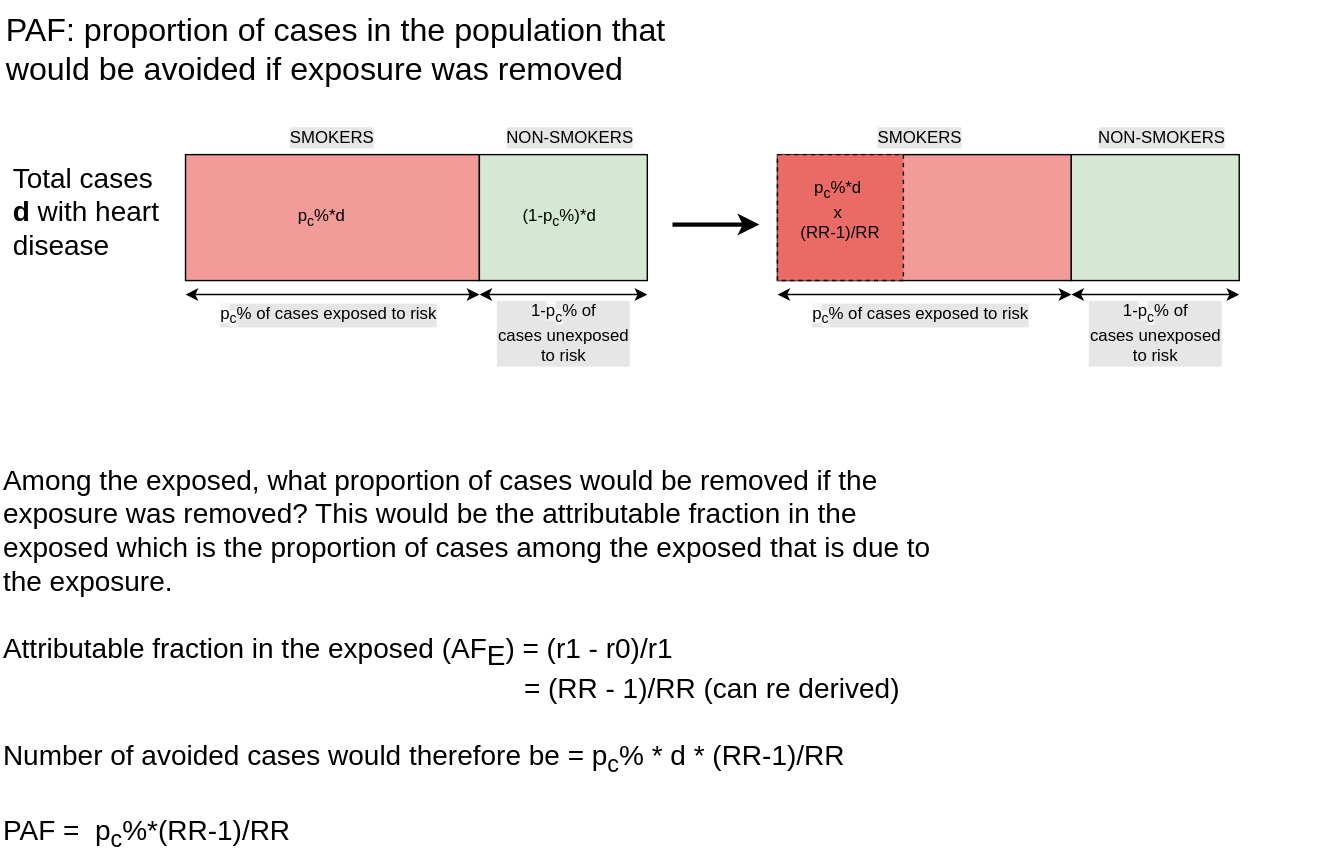
Before: docs/source/model_design/PAF_intuitive_diagram.svg, a diagram exported from draw.io (ihmeuw/vivarium_research). Source tidied: cells renumbered, new cells last; positions are measured from the earlier drawing's top-left corner, leaving out a move shared by most shapes. The source it was exported from:
```xml
<mxGraphModel>
  <root>
    <mxCell id="0" />
    <mxCell id="1" parent="0" />
    <mxCell id="2" style="rounded=0;whiteSpace=wrap;html=1;fontColor=#EA6B66;labelBorderColor=none;labelBackgroundColor=#F19C99;fillColor=#F19C99;" parent="1" vertex="1">
      <mxGeometry x="132" y="110" width="210" height="90" as="geometry" />
    </mxCell>
    <mxCell id="3" value="&lt;font style=&quot;font-size: 20px&quot;&gt;Total cases &lt;b&gt;d&lt;/b&gt; with heart disease&lt;/font&gt;" style="text;html=1;strokeColor=none;fillColor=none;align=left;verticalAlign=middle;whiteSpace=wrap;rounded=0;" parent="1" vertex="1">
      <mxGeometry x="7" y="140" width="110" height="20" as="geometry" />
    </mxCell>
    <mxCell id="4" style="rounded=0;whiteSpace=wrap;html=1;labelBackgroundColor=#F19C99;fillColor=#D5E8D4;fontColor=#EA6B66;align=left;" parent="1" vertex="1">
      <mxGeometry x="342" y="110" width="120" height="90" as="geometry" />
    </mxCell>
    <mxCell id="5" value="NON-SMOKERS" style="text;html=1;strokeColor=none;fillColor=none;align=center;verticalAlign=middle;whiteSpace=wrap;rounded=0;labelBackgroundColor=#E6E6E6;fontColor=#000000;" parent="1" vertex="1">
      <mxGeometry x="287" y="90" width="240" height="15" as="geometry" />
    </mxCell>
    <mxCell id="6" value="&lt;span style=&quot;background-color: rgb(248 , 249 , 250)&quot;&gt;p&lt;/span&gt;&lt;sub style=&quot;background-color: rgb(248 , 249 , 250)&quot;&gt;c&lt;/sub&gt;% of cases exposed to risk" style="text;html=1;strokeColor=none;fillColor=none;align=center;verticalAlign=middle;whiteSpace=wrap;rounded=0;labelBackgroundColor=#E6E6E6;fontColor=#000000;" parent="1" vertex="1">
      <mxGeometry x="142" y="210" width="185" height="30" as="geometry" />
    </mxCell>
    <mxCell id="7" style="endArrow=classic;startArrow=classic;html=1;fontColor=#000000;" parent="1" edge="1">
      <mxGeometry relative="1" as="geometry">
        <mxPoint x="132" y="210" as="sourcePoint" />
        <mxPoint x="342" y="210" as="targetPoint" />
      </mxGeometry>
    </mxCell>
    <mxCell id="8" style="endArrow=classic;startArrow=classic;html=1;fontColor=#000000;" parent="1" edge="1">
      <mxGeometry relative="1" as="geometry">
        <mxPoint x="342" y="210" as="sourcePoint" />
        <mxPoint x="462" y="210" as="targetPoint" />
      </mxGeometry>
    </mxCell>
    <mxCell id="9" value="1-&lt;span style=&quot;background-color: rgb(248 , 249 , 250)&quot;&gt;p&lt;/span&gt;&lt;sub style=&quot;background-color: rgb(248 , 249 , 250)&quot;&gt;c&lt;/sub&gt;% of cases&lt;b&gt;&amp;nbsp;&lt;/b&gt;unexposed to risk" style="text;html=1;strokeColor=none;fillColor=none;align=center;verticalAlign=middle;whiteSpace=wrap;rounded=0;labelBackgroundColor=#E6E6E6;fontColor=#000000;" parent="1" vertex="1">
      <mxGeometry x="353.8" y="228" width="96.5" height="20" as="geometry" />
    </mxCell>
    <mxCell id="10" value="PAF: proportion of cases in the population that would be avoided if exposure was removed" style="text;html=1;strokeColor=none;fillColor=none;align=left;verticalAlign=middle;whiteSpace=wrap;rounded=0;labelBackgroundColor=none;fontColor=#000000;fontSize=23;" parent="1" vertex="1">
      <mxGeometry x="2" width="480" height="70" as="geometry" />
    </mxCell>
    <mxCell id="11" value="SMOKERS" style="text;html=1;strokeColor=none;fillColor=none;align=center;verticalAlign=middle;whiteSpace=wrap;rounded=0;labelBackgroundColor=#E6E6E6;fontColor=#000000;" parent="1" vertex="1">
      <mxGeometry x="117" y="90" width="240" height="15" as="geometry" />
    </mxCell>
    <mxCell id="12" value="Among the exposed, what proportion of cases would be removed if the exposure was removed? This would be the attributable fraction in the exposed which is the proportion of cases among the exposed that is due to the exposure.&amp;nbsp;&lt;br style=&quot;font-size: 20px&quot;&gt;&lt;br style=&quot;font-size: 20px&quot;&gt;Attributable fraction in the exposed (AF&lt;sub style=&quot;font-size: 20px&quot;&gt;E&lt;/sub&gt;) = (r1 - r0)/r1 &lt;br style=&quot;font-size: 20px&quot;&gt;&amp;nbsp; &amp;nbsp; &amp;nbsp; &amp;nbsp; &amp;nbsp; &amp;nbsp; &amp;nbsp; &amp;nbsp; &amp;nbsp; &amp;nbsp; &amp;nbsp; &amp;nbsp; &amp;nbsp; &amp;nbsp; &amp;nbsp; &amp;nbsp; &amp;nbsp; &amp;nbsp; &amp;nbsp; &amp;nbsp; &amp;nbsp; &amp;nbsp; &amp;nbsp; &amp;nbsp; &amp;nbsp; &amp;nbsp; &amp;nbsp; &amp;nbsp; &amp;nbsp; &amp;nbsp; &amp;nbsp; &amp;nbsp; &amp;nbsp; &amp;nbsp;= (RR - 1)/RR (can re derived)&lt;br style=&quot;font-size: 20px&quot;&gt;&lt;br&gt;Number of avoided cases would therefore be = p&lt;sub&gt;c&lt;/sub&gt;% * d * (RR-1)/RR&lt;br&gt;&lt;br&gt;PAF =&amp;nbsp; p&lt;sub&gt;c&lt;/sub&gt;%*(RR-1)/RR" style="text;html=1;strokeColor=none;fillColor=none;align=left;verticalAlign=middle;whiteSpace=wrap;rounded=0;labelBackgroundColor=none;fontSize=20;fontColor=#000000;" parent="1" vertex="1">
      <mxGeometry y="330" width="677" height="280" as="geometry" />
    </mxCell>
    <mxCell id="13" style="rounded=0;whiteSpace=wrap;html=1;fontColor=#EA6B66;labelBorderColor=none;labelBackgroundColor=#F19C99;fillColor=#F19C99;" parent="1" vertex="1">
      <mxGeometry x="555" y="110" width="210" height="90" as="geometry" />
    </mxCell>
    <mxCell id="14" style="rounded=0;whiteSpace=wrap;html=1;labelBackgroundColor=#F19C99;fillColor=#D5E8D4;fontColor=#EA6B66;align=left;" parent="1" vertex="1">
      <mxGeometry x="765" y="110" width="120" height="90" as="geometry" />
    </mxCell>
    <mxCell id="15" value="NON-SMOKERS" style="text;html=1;strokeColor=none;fillColor=none;align=center;verticalAlign=middle;whiteSpace=wrap;rounded=0;labelBackgroundColor=#E6E6E6;fontColor=#000000;" parent="1" vertex="1">
      <mxGeometry x="710" y="90" width="240" height="15" as="geometry" />
    </mxCell>
    <mxCell id="16" value="&lt;span style=&quot;background-color: rgb(248 , 249 , 250)&quot;&gt;p&lt;/span&gt;&lt;sub style=&quot;background-color: rgb(248 , 249 , 250)&quot;&gt;c&lt;/sub&gt;% of cases exposed to risk" style="text;html=1;strokeColor=none;fillColor=none;align=center;verticalAlign=middle;whiteSpace=wrap;rounded=0;labelBackgroundColor=#E6E6E6;fontColor=#000000;" parent="1" vertex="1">
      <mxGeometry x="565" y="210" width="185" height="30" as="geometry" />
    </mxCell>
    <mxCell id="17" style="endArrow=classic;startArrow=classic;html=1;fontColor=#000000;" parent="1" edge="1">
      <mxGeometry relative="1" as="geometry">
        <mxPoint x="555" y="210" as="sourcePoint" />
        <mxPoint x="765" y="210" as="targetPoint" />
      </mxGeometry>
    </mxCell>
    <mxCell id="18" style="endArrow=classic;startArrow=classic;html=1;fontColor=#000000;" parent="1" edge="1">
      <mxGeometry relative="1" as="geometry">
        <mxPoint x="765" y="210" as="sourcePoint" />
        <mxPoint x="885" y="210" as="targetPoint" />
      </mxGeometry>
    </mxCell>
    <mxCell id="19" value="1-&lt;span style=&quot;background-color: rgb(248 , 249 , 250)&quot;&gt;p&lt;/span&gt;&lt;sub style=&quot;background-color: rgb(248 , 249 , 250)&quot;&gt;c&lt;/sub&gt;% of cases&lt;b&gt;&amp;nbsp;&lt;/b&gt;unexposed to risk" style="text;html=1;strokeColor=none;fillColor=none;align=center;verticalAlign=middle;whiteSpace=wrap;rounded=0;labelBackgroundColor=#E6E6E6;fontColor=#000000;" parent="1" vertex="1">
      <mxGeometry x="776.8" y="228" width="96.5" height="20" as="geometry" />
    </mxCell>
    <mxCell id="20" style="rounded=0;whiteSpace=wrap;html=1;labelBackgroundColor=none;fillColor=#EA6B66;fontSize=23;align=left;strokeColor=#000000;gradientColor=none;gradientDirection=east;dashed=1;" parent="1" vertex="1">
      <mxGeometry x="555" y="110" width="90" height="90" as="geometry" />
    </mxCell>
    <mxCell id="21" value="p&lt;sub&gt;c&lt;/sub&gt;%*d &lt;br&gt;x&lt;br&gt;&amp;nbsp;(RR-1)/RR" style="text;html=1;strokeColor=none;fillColor=none;align=center;verticalAlign=middle;whiteSpace=wrap;rounded=0;labelBackgroundColor=none;fontColor=#000000;" parent="1" vertex="1">
      <mxGeometry x="562" y="129" width="73" height="42" as="geometry" />
    </mxCell>
    <mxCell id="22" value="p&lt;sub&gt;c&lt;/sub&gt;%*d " style="text;html=1;strokeColor=none;fillColor=none;align=center;verticalAlign=middle;whiteSpace=wrap;rounded=0;labelBackgroundColor=none;fontColor=#000000;" parent="1" vertex="1">
      <mxGeometry x="193" y="134" width="73" height="42" as="geometry" />
    </mxCell>
    <mxCell id="23" style="endArrow=classic;html=1;fontSize=20;fontColor=#000000;jumpSize=6;strokeWidth=3;" parent="1" edge="1">
      <mxGeometry relative="1" as="geometry">
        <mxPoint x="480" y="160" as="sourcePoint" />
        <mxPoint x="542" y="160" as="targetPoint" />
      </mxGeometry>
    </mxCell>
    <mxCell id="24" value="(1-p&lt;sub&gt;c&lt;/sub&gt;%)*d " style="text;html=1;strokeColor=none;fillColor=none;align=center;verticalAlign=middle;whiteSpace=wrap;rounded=0;labelBackgroundColor=none;fontColor=#000000;" parent="1" vertex="1">
      <mxGeometry x="363" y="134" width="73" height="42" as="geometry" />
    </mxCell>
    <mxCell id="25" value="SMOKERS" style="text;html=1;strokeColor=none;fillColor=none;align=center;verticalAlign=middle;whiteSpace=wrap;rounded=0;labelBackgroundColor=#E6E6E6;fontColor=#000000;" parent="1" vertex="1">
      <mxGeometry x="536.8" y="90" width="240" height="15" as="geometry" />
    </mxCell>
  </root>
</mxGraphModel>
```
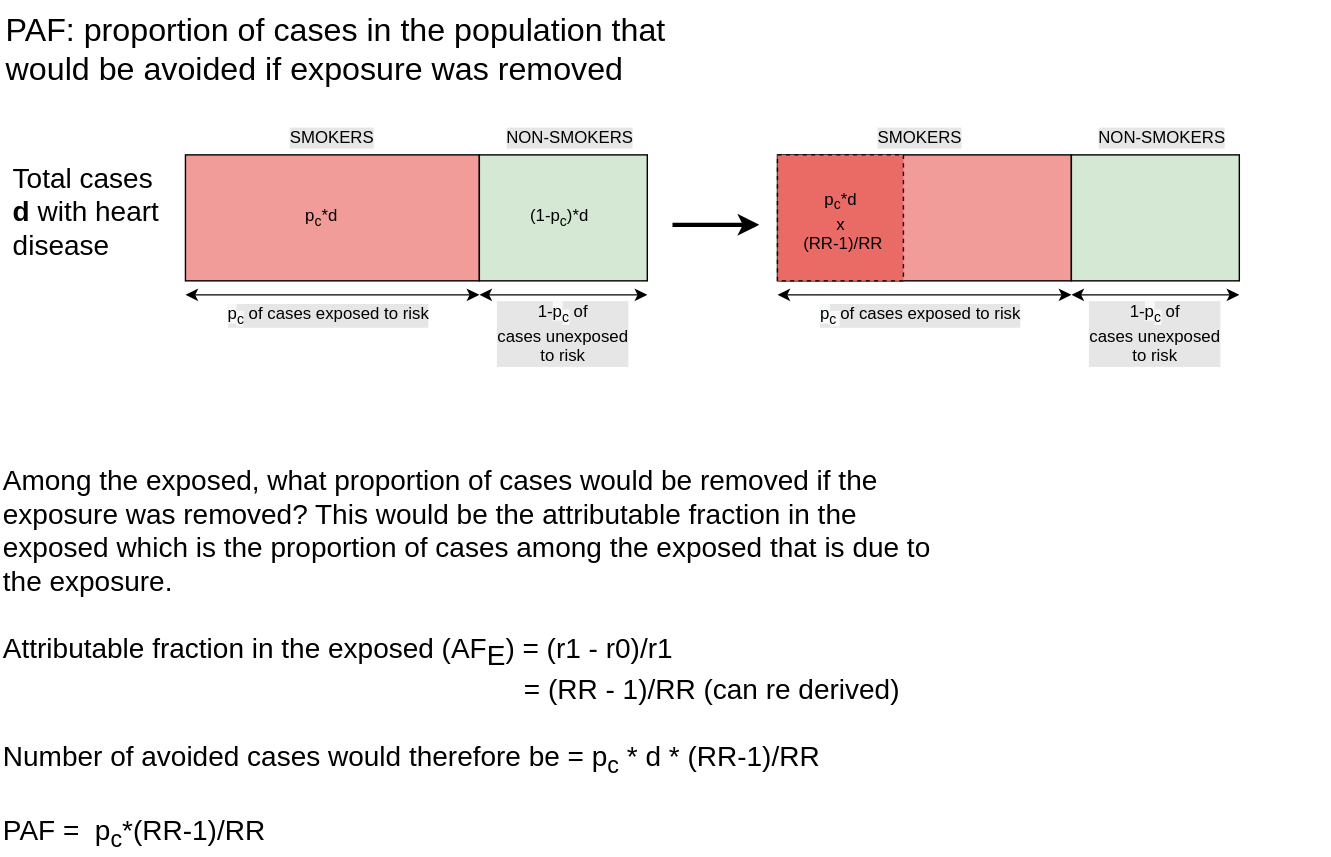
Above is the later version.

Commit message:
revised PAF doc with abies comments

Change to the diagram source:
```diff
@@ -14,7 +14,7 @@
     <mxCell id="5" value="NON-SMOKERS" style="text;html=1;strokeColor=none;fillColor=none;align=center;verticalAlign=middle;whiteSpace=wrap;rounded=0;labelBackgroundColor=#E6E6E6;fontColor=#000000;" parent="1" vertex="1">
       <mxGeometry x="287" y="90" width="240" height="15" as="geometry" />
     </mxCell>
-    <mxCell id="6" value="&lt;span style=&quot;background-color: rgb(248 , 249 , 250)&quot;&gt;p&lt;/span&gt;&lt;sub style=&quot;background-color: rgb(248 , 249 , 250)&quot;&gt;c&lt;/sub&gt;% of cases exposed to risk" style="text;html=1;strokeColor=none;fillColor=none;align=center;verticalAlign=middle;whiteSpace=wrap;rounded=0;labelBackgroundColor=#E6E6E6;fontColor=#000000;" parent="1" vertex="1">
+    <mxCell id="6" value="&lt;span style=&quot;background-color: rgb(248 , 249 , 250)&quot;&gt;p&lt;/span&gt;&lt;sub style=&quot;background-color: rgb(248 , 249 , 250)&quot;&gt;c&lt;/sub&gt;&amp;nbsp;of cases exposed to risk" style="text;html=1;strokeColor=none;fillColor=none;align=center;verticalAlign=middle;whiteSpace=wrap;rounded=0;labelBackgroundColor=#E6E6E6;fontColor=#000000;" parent="1" vertex="1">
       <mxGeometry x="142" y="210" width="185" height="30" as="geometry" />
     </mxCell>
     <mxCell id="7" style="endArrow=classic;startArrow=classic;html=1;fontColor=#000000;" parent="1" edge="1">
@@ -29,7 +29,7 @@
         <mxPoint x="462" y="210" as="targetPoint" />
       </mxGeometry>
     </mxCell>
-    <mxCell id="9" value="1-&lt;span style=&quot;background-color: rgb(248 , 249 , 250)&quot;&gt;p&lt;/span&gt;&lt;sub style=&quot;background-color: rgb(248 , 249 , 250)&quot;&gt;c&lt;/sub&gt;% of cases&lt;b&gt;&amp;nbsp;&lt;/b&gt;unexposed to risk" style="text;html=1;strokeColor=none;fillColor=none;align=center;verticalAlign=middle;whiteSpace=wrap;rounded=0;labelBackgroundColor=#E6E6E6;fontColor=#000000;" parent="1" vertex="1">
+    <mxCell id="9" value="1-&lt;span style=&quot;background-color: rgb(248 , 249 , 250)&quot;&gt;p&lt;/span&gt;&lt;sub style=&quot;background-color: rgb(248 , 249 , 250)&quot;&gt;c&lt;/sub&gt;&amp;nbsp;of cases&lt;b&gt;&amp;nbsp;&lt;/b&gt;unexposed to risk" style="text;html=1;strokeColor=none;fillColor=none;align=center;verticalAlign=middle;whiteSpace=wrap;rounded=0;labelBackgroundColor=#E6E6E6;fontColor=#000000;" parent="1" vertex="1">
       <mxGeometry x="353.8" y="228" width="96.5" height="20" as="geometry" />
     </mxCell>
     <mxCell id="10" value="PAF: proportion of cases in the population that would be avoided if exposure was removed" style="text;html=1;strokeColor=none;fillColor=none;align=left;verticalAlign=middle;whiteSpace=wrap;rounded=0;labelBackgroundColor=none;fontColor=#000000;fontSize=23;" parent="1" vertex="1">
@@ -38,7 +38,7 @@
     <mxCell id="11" value="SMOKERS" style="text;html=1;strokeColor=none;fillColor=none;align=center;verticalAlign=middle;whiteSpace=wrap;rounded=0;labelBackgroundColor=#E6E6E6;fontColor=#000000;" parent="1" vertex="1">
       <mxGeometry x="117" y="90" width="240" height="15" as="geometry" />
     </mxCell>
-    <mxCell id="12" value="Among the exposed, what proportion of cases would be removed if the exposure was removed? This would be the attributable fraction in the exposed which is the proportion of cases among the exposed that is due to the exposure.&amp;nbsp;&lt;br style=&quot;font-size: 20px&quot;&gt;&lt;br style=&quot;font-size: 20px&quot;&gt;Attributable fraction in the exposed (AF&lt;sub style=&quot;font-size: 20px&quot;&gt;E&lt;/sub&gt;) = (r1 - r0)/r1 &lt;br style=&quot;font-size: 20px&quot;&gt;&amp;nbsp; &amp;nbsp; &amp;nbsp; &amp;nbsp; &amp;nbsp; &amp;nbsp; &amp;nbsp; &amp;nbsp; &amp;nbsp; &amp;nbsp; &amp;nbsp; &amp;nbsp; &amp;nbsp; &amp;nbsp; &amp;nbsp; &amp;nbsp; &amp;nbsp; &amp;nbsp; &amp;nbsp; &amp;nbsp; &amp;nbsp; &amp;nbsp; &amp;nbsp; &amp;nbsp; &amp;nbsp; &amp;nbsp; &amp;nbsp; &amp;nbsp; &amp;nbsp; &amp;nbsp; &amp;nbsp; &amp;nbsp; &amp;nbsp; &amp;nbsp;= (RR - 1)/RR (can re derived)&lt;br style=&quot;font-size: 20px&quot;&gt;&lt;br&gt;Number of avoided cases would therefore be = p&lt;sub&gt;c&lt;/sub&gt;% * d * (RR-1)/RR&lt;br&gt;&lt;br&gt;PAF =&amp;nbsp; p&lt;sub&gt;c&lt;/sub&gt;%*(RR-1)/RR" style="text;html=1;strokeColor=none;fillColor=none;align=left;verticalAlign=middle;whiteSpace=wrap;rounded=0;labelBackgroundColor=none;fontSize=20;fontColor=#000000;" parent="1" vertex="1">
+    <mxCell id="12" value="Among the exposed, what proportion of cases would be removed if the exposure was removed? This would be the attributable fraction in the exposed which is the proportion of cases among the exposed that is due to the exposure.&amp;nbsp;&lt;br style=&quot;font-size: 20px&quot;&gt;&lt;br style=&quot;font-size: 20px&quot;&gt;Attributable fraction in the exposed (AF&lt;sub style=&quot;font-size: 20px&quot;&gt;E&lt;/sub&gt;) = (r1 - r0)/r1 &lt;br style=&quot;font-size: 20px&quot;&gt;&amp;nbsp; &amp;nbsp; &amp;nbsp; &amp;nbsp; &amp;nbsp; &amp;nbsp; &amp;nbsp; &amp;nbsp; &amp;nbsp; &amp;nbsp; &amp;nbsp; &amp;nbsp; &amp;nbsp; &amp;nbsp; &amp;nbsp; &amp;nbsp; &amp;nbsp; &amp;nbsp; &amp;nbsp; &amp;nbsp; &amp;nbsp; &amp;nbsp; &amp;nbsp; &amp;nbsp; &amp;nbsp; &amp;nbsp; &amp;nbsp; &amp;nbsp; &amp;nbsp; &amp;nbsp; &amp;nbsp; &amp;nbsp; &amp;nbsp; &amp;nbsp;= (RR - 1)/RR (can re derived)&lt;br style=&quot;font-size: 20px&quot;&gt;&lt;br&gt;Number of avoided cases would therefore be = p&lt;sub&gt;c&lt;/sub&gt;&amp;nbsp;* d * (RR-1)/RR&lt;br&gt;&lt;br&gt;PAF =&amp;nbsp; p&lt;sub&gt;c&lt;/sub&gt;*(RR-1)/RR" style="text;html=1;strokeColor=none;fillColor=none;align=left;verticalAlign=middle;whiteSpace=wrap;rounded=0;labelBackgroundColor=none;fontSize=20;fontColor=#000000;" parent="1" vertex="1">
       <mxGeometry y="330" width="677" height="280" as="geometry" />
     </mxCell>
     <mxCell id="13" style="rounded=0;whiteSpace=wrap;html=1;fontColor=#EA6B66;labelBorderColor=none;labelBackgroundColor=#F19C99;fillColor=#F19C99;" parent="1" vertex="1">
@@ -50,7 +50,7 @@
     <mxCell id="15" value="NON-SMOKERS" style="text;html=1;strokeColor=none;fillColor=none;align=center;verticalAlign=middle;whiteSpace=wrap;rounded=0;labelBackgroundColor=#E6E6E6;fontColor=#000000;" parent="1" vertex="1">
       <mxGeometry x="710" y="90" width="240" height="15" as="geometry" />
     </mxCell>
-    <mxCell id="16" value="&lt;span style=&quot;background-color: rgb(248 , 249 , 250)&quot;&gt;p&lt;/span&gt;&lt;sub style=&quot;background-color: rgb(248 , 249 , 250)&quot;&gt;c&lt;/sub&gt;% of cases exposed to risk" style="text;html=1;strokeColor=none;fillColor=none;align=center;verticalAlign=middle;whiteSpace=wrap;rounded=0;labelBackgroundColor=#E6E6E6;fontColor=#000000;" parent="1" vertex="1">
+    <mxCell id="16" value="&lt;span style=&quot;background-color: rgb(248 , 249 , 250)&quot;&gt;p&lt;/span&gt;&lt;sub style=&quot;background-color: rgb(248 , 249 , 250)&quot;&gt;c&amp;nbsp;&lt;/sub&gt;of cases exposed to risk" style="text;html=1;strokeColor=none;fillColor=none;align=center;verticalAlign=middle;whiteSpace=wrap;rounded=0;labelBackgroundColor=#E6E6E6;fontColor=#000000;" parent="1" vertex="1">
       <mxGeometry x="565" y="210" width="185" height="30" as="geometry" />
     </mxCell>
     <mxCell id="17" style="endArrow=classic;startArrow=classic;html=1;fontColor=#000000;" parent="1" edge="1">
@@ -65,16 +65,16 @@
         <mxPoint x="885" y="210" as="targetPoint" />
       </mxGeometry>
     </mxCell>
-    <mxCell id="19" value="1-&lt;span style=&quot;background-color: rgb(248 , 249 , 250)&quot;&gt;p&lt;/span&gt;&lt;sub style=&quot;background-color: rgb(248 , 249 , 250)&quot;&gt;c&lt;/sub&gt;% of cases&lt;b&gt;&amp;nbsp;&lt;/b&gt;unexposed to risk" style="text;html=1;strokeColor=none;fillColor=none;align=center;verticalAlign=middle;whiteSpace=wrap;rounded=0;labelBackgroundColor=#E6E6E6;fontColor=#000000;" parent="1" vertex="1">
+    <mxCell id="19" value="1-&lt;span style=&quot;background-color: rgb(248 , 249 , 250)&quot;&gt;p&lt;/span&gt;&lt;sub style=&quot;background-color: rgb(248 , 249 , 250)&quot;&gt;c&lt;/sub&gt;&amp;nbsp;of cases&lt;b&gt;&amp;nbsp;&lt;/b&gt;unexposed to risk" style="text;html=1;strokeColor=none;fillColor=none;align=center;verticalAlign=middle;whiteSpace=wrap;rounded=0;labelBackgroundColor=#E6E6E6;fontColor=#000000;" parent="1" vertex="1">
       <mxGeometry x="776.8" y="228" width="96.5" height="20" as="geometry" />
     </mxCell>
     <mxCell id="20" style="rounded=0;whiteSpace=wrap;html=1;labelBackgroundColor=none;fillColor=#EA6B66;fontSize=23;align=left;strokeColor=#000000;gradientColor=none;gradientDirection=east;dashed=1;" parent="1" vertex="1">
       <mxGeometry x="555" y="110" width="90" height="90" as="geometry" />
     </mxCell>
-    <mxCell id="21" value="p&lt;sub&gt;c&lt;/sub&gt;%*d &lt;br&gt;x&lt;br&gt;&amp;nbsp;(RR-1)/RR" style="text;html=1;strokeColor=none;fillColor=none;align=center;verticalAlign=middle;whiteSpace=wrap;rounded=0;labelBackgroundColor=none;fontColor=#000000;" parent="1" vertex="1">
-      <mxGeometry x="562" y="129" width="73" height="42" as="geometry" />
+    <mxCell id="21" value="p&lt;sub&gt;c&lt;/sub&gt;*d &lt;br&gt;x&lt;br&gt;&amp;nbsp;(RR-1)/RR" style="text;html=1;strokeColor=none;fillColor=none;align=center;verticalAlign=middle;whiteSpace=wrap;rounded=0;labelBackgroundColor=none;fontColor=#000000;" parent="1" vertex="1">
+      <mxGeometry x="563.5" y="137" width="73" height="42" as="geometry" />
     </mxCell>
-    <mxCell id="22" value="p&lt;sub&gt;c&lt;/sub&gt;%*d " style="text;html=1;strokeColor=none;fillColor=none;align=center;verticalAlign=middle;whiteSpace=wrap;rounded=0;labelBackgroundColor=none;fontColor=#000000;" parent="1" vertex="1">
+    <mxCell id="22" value="p&lt;sub&gt;c&lt;/sub&gt;*d " style="text;html=1;strokeColor=none;fillColor=none;align=center;verticalAlign=middle;whiteSpace=wrap;rounded=0;labelBackgroundColor=none;fontColor=#000000;" parent="1" vertex="1">
       <mxGeometry x="193" y="134" width="73" height="42" as="geometry" />
     </mxCell>
     <mxCell id="23" style="endArrow=classic;html=1;fontSize=20;fontColor=#000000;jumpSize=6;strokeWidth=3;" parent="1" edge="1">
@@ -83,7 +83,7 @@
         <mxPoint x="542" y="160" as="targetPoint" />
       </mxGeometry>
     </mxCell>
-    <mxCell id="24" value="(1-p&lt;sub&gt;c&lt;/sub&gt;%)*d " style="text;html=1;strokeColor=none;fillColor=none;align=center;verticalAlign=middle;whiteSpace=wrap;rounded=0;labelBackgroundColor=none;fontColor=#000000;" parent="1" vertex="1">
+    <mxCell id="24" value="(1-p&lt;sub&gt;c&lt;/sub&gt;)*d " style="text;html=1;strokeColor=none;fillColor=none;align=center;verticalAlign=middle;whiteSpace=wrap;rounded=0;labelBackgroundColor=none;fontColor=#000000;" parent="1" vertex="1">
       <mxGeometry x="363" y="134" width="73" height="42" as="geometry" />
     </mxCell>
     <mxCell id="25" value="SMOKERS" style="text;html=1;strokeColor=none;fillColor=none;align=center;verticalAlign=middle;whiteSpace=wrap;rounded=0;labelBackgroundColor=#E6E6E6;fontColor=#000000;" parent="1" vertex="1">
```
